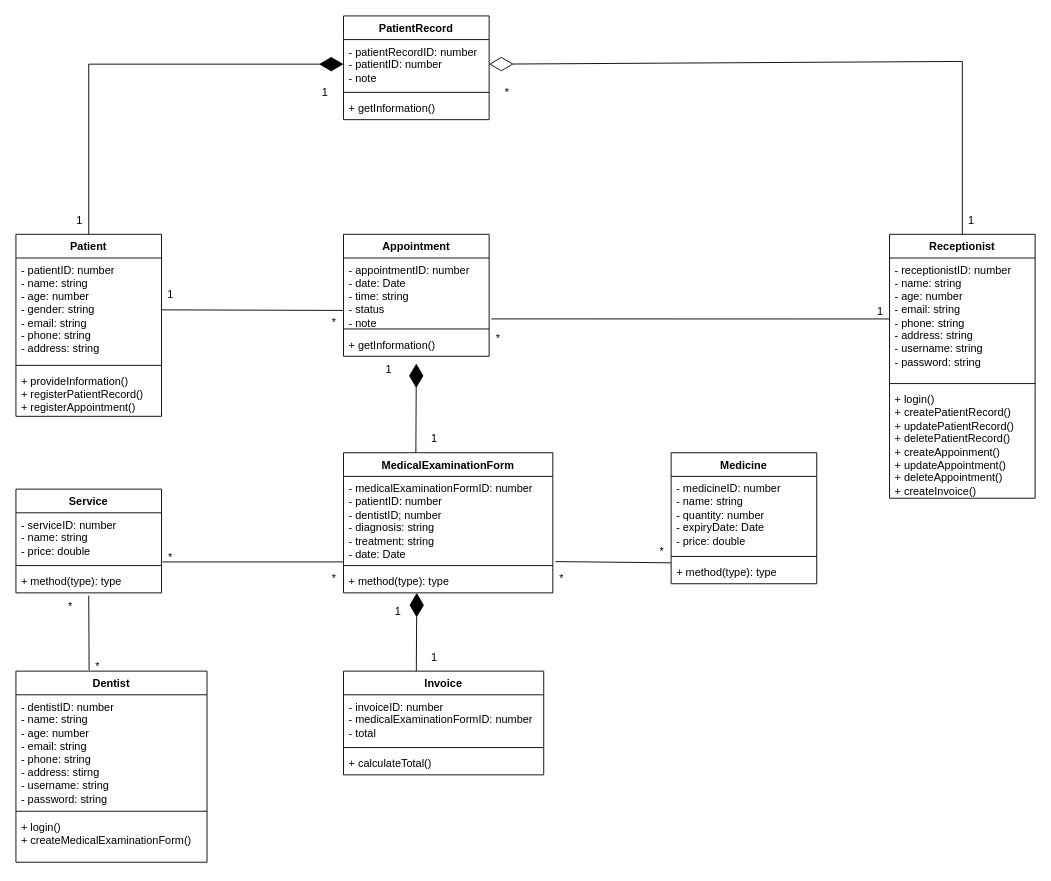
Before: page "Class Diagram" (4 of 27) of project.drawio in Quang-1310/Quang-ENG-KS24A, a draw.io diagram. Source tidied: cells renumbered, new cells numbered last; positions are measured from the earlier drawing's top-left corner, leaving out a move shared by most shapes. Both pictures are drawn from the tidied source at 91%, with x=0, y=0 at pixel (15, 15).
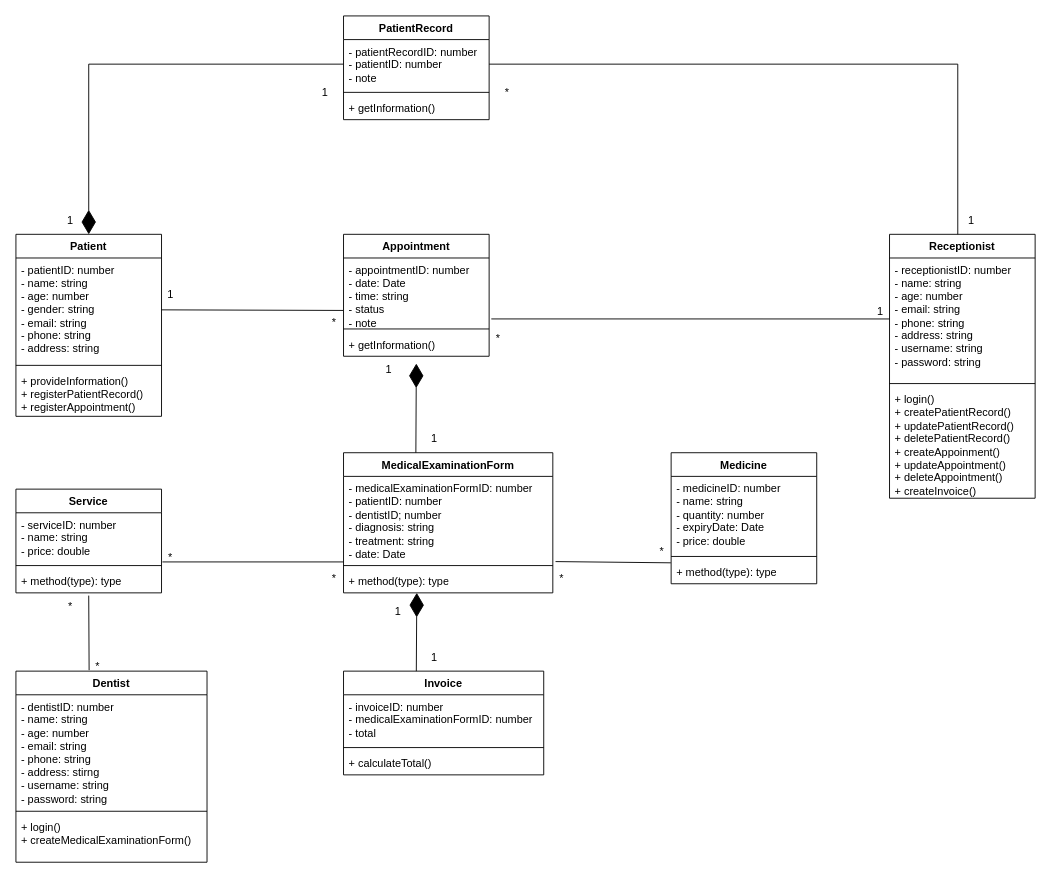
Above is the later version.

The change refers to these unchanged cells:
```xml
<mxCell id="2" value="Patient" style="swimlane;fontStyle=1;align=center;verticalAlign=top;horizontal=1;startSize=26;whiteSpace=wrap;html=1;" parent="1" vertex="1">
  <mxGeometry y="240" width="160" height="200" as="geometry" />
</mxCell>
<mxCell id="6" value="Receptionist" style="swimlane;fontStyle=1;align=center;verticalAlign=top;horizontal=1;startSize=26;whiteSpace=wrap;html=1;" parent="1" vertex="1">
  <mxGeometry x="960" y="240" width="160" height="290" as="geometry" />
</mxCell>
<mxCell id="56" value="- patientRecordID: number&lt;div&gt;- patientID: number&lt;/div&gt;&lt;div&gt;- note&lt;/div&gt;" style="text;strokeColor=none;fillColor=none;align=left;verticalAlign=top;spacingLeft=4;spacingRight=4;overflow=hidden;points=[[0,0.5],[1,0.5]];portConstraint=eastwest;whiteSpace=wrap;html=1;" parent="55" vertex="1">
  <mxGeometry y="26" width="160" height="54" as="geometry" />
</mxCell>
<mxCell id="63" value="1" style="text;html=1;whiteSpace=wrap;strokeColor=none;fillColor=none;align=center;verticalAlign=middle;rounded=0;" parent="1" vertex="1">
  <mxGeometry x="1020" y="210" width="60" height="30" as="geometry" />
</mxCell>
```

Change to the diagram source:
```diff
@@
-    <mxCell id="59" style="endArrow=diamondThin;endFill=1;endSize=24;html=1;rounded=0;exitX=0.5;exitY=0;exitDx=0;exitDy=0;entryX=0;entryY=0.5;entryDx=0;entryDy=0;" parent="1" edge="1" source="2" target="56">
+    <mxCell id="59" style="endArrow=diamondThin;endFill=1;endSize=24;html=1;rounded=0;exitX=0;exitY=0.5;exitDx=0;exitDy=0;entryX=0.5;entryY=0;entryDx=0;entryDy=0;" parent="1" edge="1" source="56" target="2">
       <mxGeometry relative="1" as="geometry">
         <Array as="points">
           <mxPoint x="80" y="53" />
         </Array>
       </mxGeometry>
     </mxCell>
-    <mxCell id="60" style="endArrow=diamondThin;endFill=0;endSize=24;html=1;rounded=0;entryX=1;entryY=0.5;entryDx=0;entryDy=0;exitX=0.5;exitY=0;exitDx=0;exitDy=0;" parent="1" edge="1" source="6" target="56">
-      <mxGeometry relative="1" as="geometry">
-        <Array as="points">
-          <mxPoint x="1040" y="50" />
-        </Array>
-      </mxGeometry>
-    </mxCell>
     <mxCell id="61" value="1" style="text;html=1;whiteSpace=wrap;strokeColor=none;fillColor=none;align=center;verticalAlign=middle;rounded=0;" parent="1" vertex="1">
-      <mxGeometry x="40" y="210" width="60" height="30" as="geometry" />
+      <mxGeometry x="30" y="210" width="60" height="30" as="geometry" />
     </mxCell>
@@
+    <mxCell id="65" style="endArrow=none;html=1;rounded=0;exitX=1;exitY=0.5;exitDx=0;exitDy=0;entryX=0.25;entryY=1;entryDx=0;entryDy=0;" parent="1" edge="1" source="56" target="63">
+      <mxGeometry relative="1" as="geometry">
+        <Array as="points">
+          <mxPoint x="1035" y="53" />
+        </Array>
+      </mxGeometry>
+    </mxCell>
```
